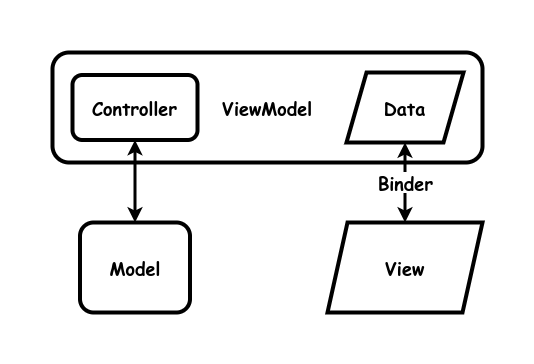
garfix/architectural-patterns keeps this draw.io diagram as images/model-view-viewmodel.drawio.png. Above is the earlier version. Source tidied: cells renumbered, new cells last; positions are measured from the earlier drawing's top-left corner, leaving out a move shared by most shapes.
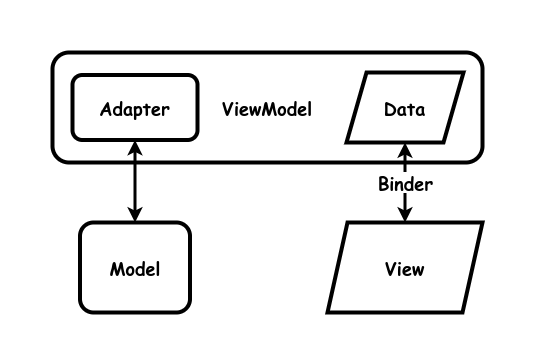
The same diagram one commit later.

Commit message:
controller to adapter

Change to the diagram source:
```diff
@@ -11,7 +11,7 @@
     <mxCell id="4" value="&lt;font style=&quot;font-size: 18px;&quot;&gt;&lt;b&gt;Data&lt;/b&gt;&lt;/font&gt;" style="shape=parallelogram;perimeter=parallelogramPerimeter;whiteSpace=wrap;html=1;fixedSize=1;strokeWidth=4;fontSize=18;fontFamily=Comic Sans MS;" parent="1" vertex="1">
       <mxGeometry x="294" y="20" width="117" height="70" as="geometry" />
     </mxCell>
-    <mxCell id="5" value="&lt;b style=&quot;font-size: 18px;&quot;&gt;Controller&lt;br&gt;&lt;/b&gt;" style="rounded=1;whiteSpace=wrap;html=1;strokeWidth=4;fontFamily=Comic Sans MS;fontSize=18;" parent="1" vertex="1">
+    <mxCell id="5" value="&lt;b style=&quot;font-size: 18px;&quot;&gt;Adapter&lt;br&gt;&lt;/b&gt;" style="rounded=1;whiteSpace=wrap;html=1;strokeWidth=4;fontFamily=Comic Sans MS;fontSize=18;" parent="1" vertex="1">
       <mxGeometry x="20" y="22.5" width="125" height="65" as="geometry" />
     </mxCell>
     <mxCell id="6" style="endArrow=classic;startArrow=classic;html=1;rounded=0;strokeWidth=3;endFill=1;" parent="1" edge="1" source="5" target="2">
```
